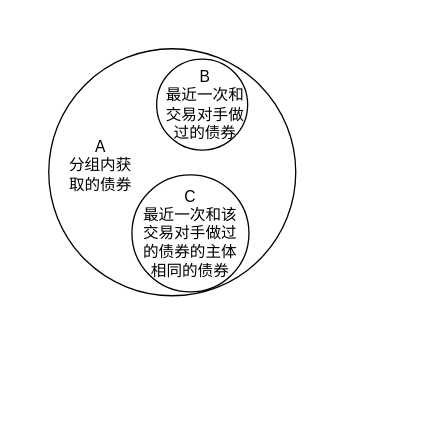
The draw.io diagram drawio/自动排券分组内债券划分.drawio in happinessandlove/Pic, before the edit. Source tidied: cells renumbered, new cells numbered last; positions are measured from the earlier drawing's top-left corner, leaving out a move shared by most shapes. Both pictures are drawn from the tidied source at 130%, with x=0, y=0 at pixel (48, 48).
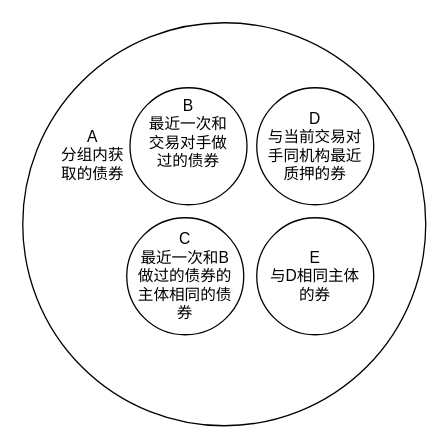
The same diagram, later.

Commit message:
更新自动排券分组内债券划分.drawio

Change to the diagram source:
```diff
@@
 <mxGraphModel>
   <root>
     <mxCell id="0" />
     <mxCell id="1" parent="0" />
     <mxCell id="2" style="ellipse;whiteSpace=wrap;html=1;fillColor=none;" parent="1" vertex="1">
-      <mxGeometry width="190" height="190" as="geometry" />
+      <mxGeometry x="-20" y="-20" width="310" height="310" as="geometry" />
     </mxCell>
     <mxCell id="3" value="A&lt;br&gt;分组内获取的债券" style="text;html=1;strokeColor=none;fillColor=none;align=center;verticalAlign=middle;whiteSpace=wrap;rounded=0;" parent="1" vertex="1">
-      <mxGeometry x="10" y="75" width="60" height="30" as="geometry" />
+      <mxGeometry x="4" y="67" width="60" height="30" as="geometry" />
     </mxCell>
     <mxCell id="4" style="group;fillColor=none;" parent="1" vertex="1">
-      <mxGeometry x="83" y="8" width="70" height="70" as="geometry" />
+      <mxGeometry x="70" y="30" width="90" height="90" as="geometry" />
     </mxCell>
     <mxCell id="5" style="ellipse;whiteSpace=wrap;html=1;fillColor=none;" parent="4" vertex="1">
-      <mxGeometry width="70" height="70" as="geometry" />
+      <mxGeometry x="-7.5" width="90" height="90" as="geometry" />
     </mxCell>
     <mxCell id="6" value="B&lt;br&gt;最近一次和交易对手做过的债券" style="text;html=1;strokeColor=none;fillColor=none;align=center;verticalAlign=middle;whiteSpace=wrap;rounded=0;" parent="4" vertex="1">
       <mxGeometry x="5" y="20" width="65" height="30" as="geometry" />
     </mxCell>
     <mxCell id="7" style="group;" parent="1" vertex="1">
-      <mxGeometry x="64" y="97" width="90" height="90" as="geometry" />
+      <mxGeometry x="60" y="130" width="90" height="90" as="geometry" />
     </mxCell>
     <mxCell id="8" style="ellipse;whiteSpace=wrap;html=1;fillColor=none;" parent="7" vertex="1">
       <mxGeometry width="90" height="90" as="geometry" />
     </mxCell>
-    <mxCell id="9" value="C&lt;br&gt;最近一次和该交易对手做过的债券的主体相同的债券" style="text;html=1;strokeColor=none;fillColor=none;align=center;verticalAlign=middle;whiteSpace=wrap;rounded=0;" parent="7" vertex="1">
+    <mxCell id="9" value="C&lt;br&gt;最近一次和B做过的债券的主体相同的债券" style="text;html=1;strokeColor=none;fillColor=none;align=center;verticalAlign=middle;whiteSpace=wrap;rounded=0;" parent="7" vertex="1">
       <mxGeometry x="7" y="30" width="76" height="30" as="geometry" />
     </mxCell>
+    <mxCell id="10" style="group;" parent="1" vertex="1">
+      <mxGeometry x="160" y="30" width="90" height="90" as="geometry" />
+    </mxCell>
+    <mxCell id="11" style="ellipse;whiteSpace=wrap;html=1;fillColor=none;" parent="10" vertex="1">
+      <mxGeometry width="90" height="90" as="geometry" />
+    </mxCell>
+    <mxCell id="12" value="D&lt;br&gt;与当前交易对手同机构最近质押的券" style="text;html=1;strokeColor=none;fillColor=none;align=center;verticalAlign=middle;whiteSpace=wrap;rounded=0;" parent="10" vertex="1">
+      <mxGeometry x="7" y="30" width="76" height="30" as="geometry" />
+    </mxCell>
+    <mxCell id="13" style="group;" parent="1" vertex="1">
+      <mxGeometry x="160" y="130" width="90" height="90" as="geometry" />
+    </mxCell>
+    <mxCell id="14" style="ellipse;whiteSpace=wrap;html=1;fillColor=none;" parent="13" vertex="1">
+      <mxGeometry width="90" height="90" as="geometry" />
+    </mxCell>
+    <mxCell id="15" value="E&lt;br&gt;与D相同主体的券" style="text;html=1;strokeColor=none;fillColor=none;align=center;verticalAlign=middle;whiteSpace=wrap;rounded=0;" parent="13" vertex="1">
+      <mxGeometry x="7" y="30" width="76" height="30" as="geometry" />
+    </mxCell>
   </root>
 </mxGraphModel>
```
